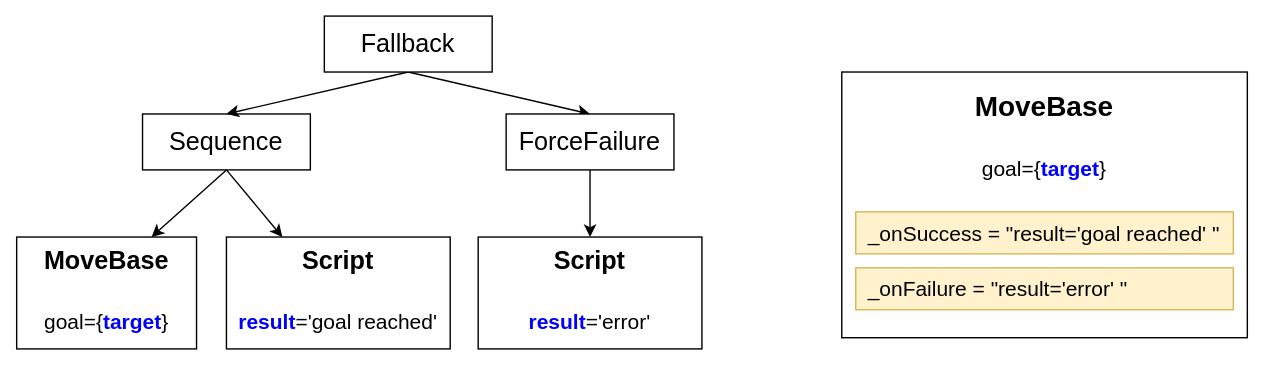
This is docs/tutorial-advanced/images/post_example.svg from BehaviorTree/btcpp_website, a draw.io export, as it was before one commit. Source tidied: cells renumbered, new cells last; positions are measured from the earlier drawing's top-left corner, leaving out a move shared by most shapes.
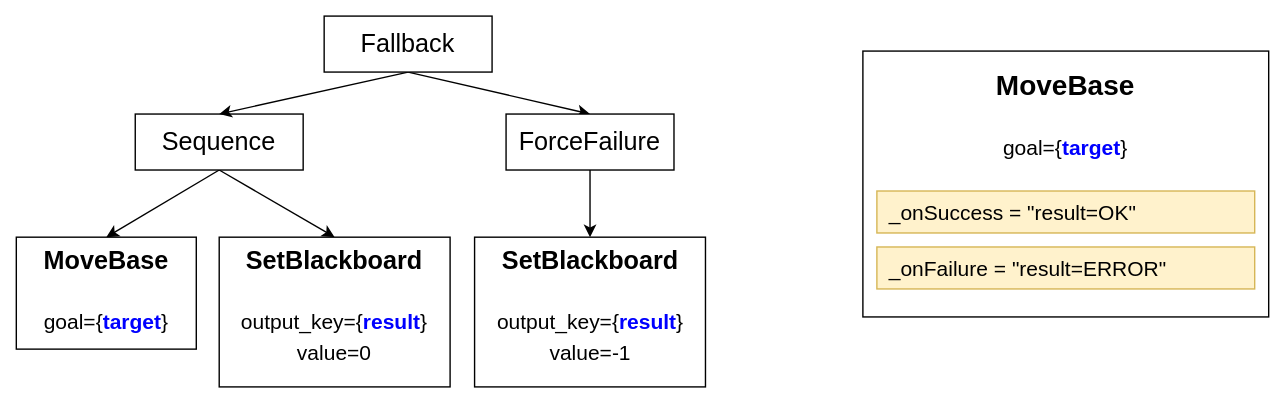
Above is the later version.

The edit, as a diff of the source:
```diff
@@ -2,20 +2,20 @@
   <root>
     <mxCell id="0" />
     <mxCell id="1" parent="0" />
-    <mxCell id="2" style="rounded=0;jettySize=auto;html=1;exitX=0.5;exitY=1;exitDx=0;exitDy=0;fontSize=15;fontColor=#060B0F;entryX=0.25;entryY=0;entryDx=0;entryDy=0;" parent="1" edge="1" source="4" target="6">
+    <mxCell id="2" style="rounded=0;jettySize=auto;html=1;exitX=0.5;exitY=1;exitDx=0;exitDy=0;fontSize=15;fontColor=#060B0F;entryX=0.5;entryY=0;entryDx=0;entryDy=0;" parent="1" edge="1" source="4" target="6">
       <mxGeometry relative="1" as="geometry" />
     </mxCell>
-    <mxCell id="3" style="edgeStyle=none;rounded=0;jettySize=auto;html=1;exitX=0.5;exitY=1;exitDx=0;exitDy=0;entryX=0.75;entryY=0;entryDx=0;entryDy=0;fontSize=15;fontColor=#060B0F;" parent="1" edge="1" source="4" target="5">
+    <mxCell id="3" style="edgeStyle=none;rounded=0;jettySize=auto;html=1;exitX=0.5;exitY=1;exitDx=0;exitDy=0;entryX=0.5;entryY=0;entryDx=0;entryDy=0;fontSize=15;fontColor=#060B0F;" parent="1" edge="1" source="4" target="5">
       <mxGeometry relative="1" as="geometry" />
     </mxCell>
     <mxCell id="4" value="Sequence" style="rounded=0;whiteSpace=wrap;html=1;fontSize=18;" parent="1" vertex="1">
-      <mxGeometry x="90" y="70" width="120" height="40" as="geometry" />
+      <mxGeometry x="180" y="105" width="120" height="40" as="geometry" />
     </mxCell>
     <mxCell id="5" value="&lt;b&gt;MoveBase&lt;br&gt;&lt;/b&gt;&lt;br&gt;&lt;font style=&quot;font-size: 15px;&quot;&gt;goal={&lt;font color=&quot;#0000ff&quot;&gt;&lt;b&gt;target&lt;/b&gt;&lt;/font&gt;}&lt;/font&gt;" style="rounded=0;whiteSpace=wrap;html=1;fontSize=18;verticalAlign=top;" parent="1" vertex="1">
-      <mxGeometry y="158" width="128.6" height="80" as="geometry" />
+      <mxGeometry x="95" y="193" width="128.6" height="80" as="geometry" />
     </mxCell>
-    <mxCell id="6" value="&lt;font style=&quot;font-size: 15px;&quot;&gt;&lt;b&gt;&lt;span style=&quot;font-size: 18px;&quot;&gt;Script&lt;br&gt;&lt;/span&gt;&lt;br&gt;&lt;/b&gt;&lt;font color=&quot;#0000ff&quot;&gt;&lt;b&gt;result&lt;/b&gt;&lt;/font&gt;='goal reached'&lt;/font&gt;" style="rounded=0;whiteSpace=wrap;html=1;fontSize=18;verticalAlign=top;" parent="1" vertex="1">
-      <mxGeometry x="150" y="158" width="160" height="80" as="geometry" />
+    <mxCell id="6" value="&lt;font style=&quot;font-size: 15px;&quot;&gt;&lt;b&gt;&lt;span style=&quot;font-size: 18px;&quot;&gt;SetBlackboard&lt;br&gt;&lt;/span&gt;&lt;br&gt;&lt;/b&gt;output_key={&lt;font color=&quot;#0000ff&quot;&gt;&lt;b&gt;result&lt;/b&gt;&lt;/font&gt;}&lt;br&gt;value=0&lt;br&gt;&lt;/font&gt;" style="rounded=0;whiteSpace=wrap;html=1;fontSize=18;verticalAlign=top;" parent="1" vertex="1">
+      <mxGeometry x="240" y="193" width="165" height="107" as="geometry" />
     </mxCell>
     <mxCell id="7" style="edgeStyle=none;rounded=0;jettySize=auto;html=1;exitX=0.5;exitY=1;exitDx=0;exitDy=0;entryX=0.5;entryY=0;entryDx=0;entryDy=0;fontSize=15;fontColor=#060B0F;" parent="1" edge="1" source="9" target="4">
       <mxGeometry relative="1" as="geometry" />
@@ -24,25 +24,27 @@
       <mxGeometry relative="1" as="geometry" />
     </mxCell>
     <mxCell id="9" value="Fallback" style="rounded=0;whiteSpace=wrap;html=1;fontSize=18;" parent="1" vertex="1">
-      <mxGeometry x="220" width="120" height="40" as="geometry" />
+      <mxGeometry x="315" y="35" width="120" height="40" as="geometry" />
     </mxCell>
-    <mxCell id="10" style="edgeStyle=none;rounded=0;jettySize=auto;html=1;exitX=0.5;exitY=1;exitDx=0;exitDy=0;entryX=0.5;entryY=0;entryDx=0;entryDy=0;fontSize=15;fontColor=#060B0F;" parent="1" edge="1" source="11" target="12">
-      <mxGeometry relative="1" as="geometry" />
+    <mxCell id="10" style="edgeStyle=none;rounded=0;jettySize=auto;html=1;exitX=0.5;exitY=1;exitDx=0;exitDy=0;entryX=0.5;entryY=0;entryDx=0;entryDy=0;fontSize=15;fontColor=#060B0F;" parent="1" edge="1" source="11">
+      <mxGeometry relative="1" as="geometry">
+        <mxPoint x="505" y="193" as="targetPoint" />
+      </mxGeometry>
     </mxCell>
     <mxCell id="11" value="ForceFailure" style="rounded=0;whiteSpace=wrap;html=1;fontSize=18;" parent="1" vertex="1">
-      <mxGeometry x="350" y="70" width="120" height="40" as="geometry" />
+      <mxGeometry x="445" y="105" width="120" height="40" as="geometry" />
     </mxCell>
-    <mxCell id="12" value="&lt;b&gt;Script&lt;br&gt;&lt;/b&gt;&lt;font style=&quot;font-size: 15px;&quot;&gt;&lt;b&gt;&lt;br&gt;&lt;/b&gt;&lt;b style=&quot;&quot;&gt;&lt;font color=&quot;#0000ff&quot;&gt;result&lt;/font&gt;&lt;/b&gt;='error'&lt;/font&gt;" style="rounded=0;whiteSpace=wrap;html=1;fontSize=18;verticalAlign=top;" parent="1" vertex="1">
-      <mxGeometry x="330" y="158" width="160" height="80" as="geometry" />
+    <mxCell id="12" value="&lt;b&gt;&lt;font style=&quot;font-size: 20px;&quot;&gt;MoveBase&lt;/font&gt;&lt;br&gt;&lt;/b&gt;&lt;span style=&quot;font-size: 15px;&quot;&gt;&lt;br&gt;goal={&lt;/span&gt;&lt;font style=&quot;font-size: 15px;&quot; color=&quot;#0000ff&quot;&gt;&lt;b&gt;target&lt;/b&gt;&lt;/font&gt;&lt;span style=&quot;font-size: 15px;&quot;&gt;}&lt;/span&gt;&lt;b&gt;&lt;br&gt;&lt;/b&gt;" style="rounded=0;whiteSpace=wrap;html=1;fontSize=18;verticalAlign=top;spacingBottom=12;spacingTop=6;" parent="1" vertex="1">
+      <mxGeometry x="700" y="60" width="290" height="190" as="geometry" />
     </mxCell>
-    <mxCell id="13" value="&lt;b&gt;&lt;font style=&quot;font-size: 20px;&quot;&gt;MoveBase&lt;/font&gt;&lt;br&gt;&lt;/b&gt;&lt;span style=&quot;font-size: 15px;&quot;&gt;&lt;br&gt;goal={&lt;/span&gt;&lt;font style=&quot;font-size: 15px;&quot; color=&quot;#0000ff&quot;&gt;&lt;b&gt;target&lt;/b&gt;&lt;/font&gt;&lt;span style=&quot;font-size: 15px;&quot;&gt;}&lt;/span&gt;&lt;b&gt;&lt;br&gt;&lt;/b&gt;" style="rounded=0;whiteSpace=wrap;html=1;fontSize=18;verticalAlign=top;spacingBottom=12;spacingTop=6;" parent="1" vertex="1">
-      <mxGeometry x="590" y="40" width="290" height="190" as="geometry" />
+    <mxCell id="13" value="&lt;font style=&quot;font-size: 15px;&quot;&gt;_onSuccess = &quot;result=OK&quot;&lt;/font&gt;" style="rounded=0;whiteSpace=wrap;html=1;fontSize=18;fillColor=#fff2cc;strokeColor=#d6b656;align=left;spacingLeft=7;" parent="1" vertex="1">
+      <mxGeometry x="710" y="160" width="270" height="30" as="geometry" />
     </mxCell>
-    <mxCell id="14" value="&lt;font style=&quot;font-size: 15px;&quot;&gt;_onSuccess = &quot;result='goal reached' &quot;&lt;/font&gt;" style="rounded=0;whiteSpace=wrap;html=1;fontSize=18;fillColor=#fff2cc;strokeColor=#d6b656;align=left;spacingLeft=7;" parent="1" vertex="1">
-      <mxGeometry x="600" y="140" width="270" height="30" as="geometry" />
+    <mxCell id="14" value="&lt;font style=&quot;font-size: 15px;&quot;&gt;_onFailure = &quot;result=ERROR&quot;&lt;/font&gt;" style="rounded=0;whiteSpace=wrap;html=1;fontSize=18;fillColor=#fff2cc;strokeColor=#d6b656;align=left;spacingLeft=7;" parent="1" vertex="1">
+      <mxGeometry x="710" y="200" width="270" height="30" as="geometry" />
     </mxCell>
-    <mxCell id="15" value="&lt;font style=&quot;font-size: 15px;&quot;&gt;_onFailure = &quot;result='error' &quot;&lt;/font&gt;" style="rounded=0;whiteSpace=wrap;html=1;fontSize=18;fillColor=#fff2cc;strokeColor=#d6b656;align=left;spacingLeft=7;" parent="1" vertex="1">
-      <mxGeometry x="600" y="180" width="270" height="30" as="geometry" />
+    <mxCell id="15" value="&lt;font style=&quot;font-size: 15px;&quot;&gt;&lt;b&gt;&lt;span style=&quot;font-size: 18px;&quot;&gt;SetBlackboard&lt;br&gt;&lt;/span&gt;&lt;br&gt;&lt;/b&gt;output_key={&lt;font color=&quot;#0000ff&quot;&gt;&lt;b&gt;result&lt;/b&gt;&lt;/font&gt;}&lt;br&gt;value=-1&lt;br&gt;&lt;/font&gt;" style="rounded=0;whiteSpace=wrap;html=1;fontSize=18;verticalAlign=top;" parent="1" vertex="1">
+      <mxGeometry x="422.5" y="193" width="165" height="107" as="geometry" />
     </mxCell>
   </root>
 </mxGraphModel>
```
